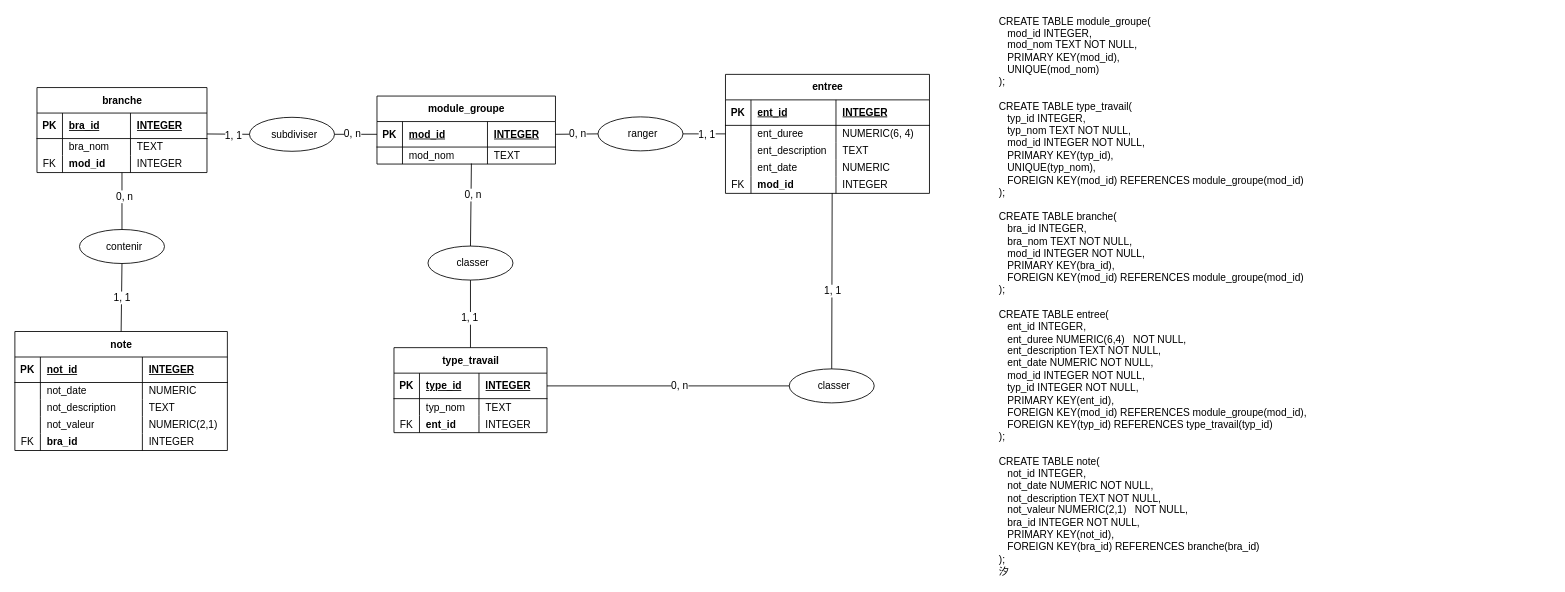
Before: page "MCD" (3 of 3) of Diagrammes/Diagrammes.drawio in Hoferlukaslh/ScholarLog, a draw.io diagram. Source tidied: cells renumbered, new cells numbered last; positions are measured from the earlier drawing's top-left corner, leaving out a move shared by most shapes. Both pictures are drawn from the tidied source at 85%, with x=0, y=0 at pixel (14, 32).
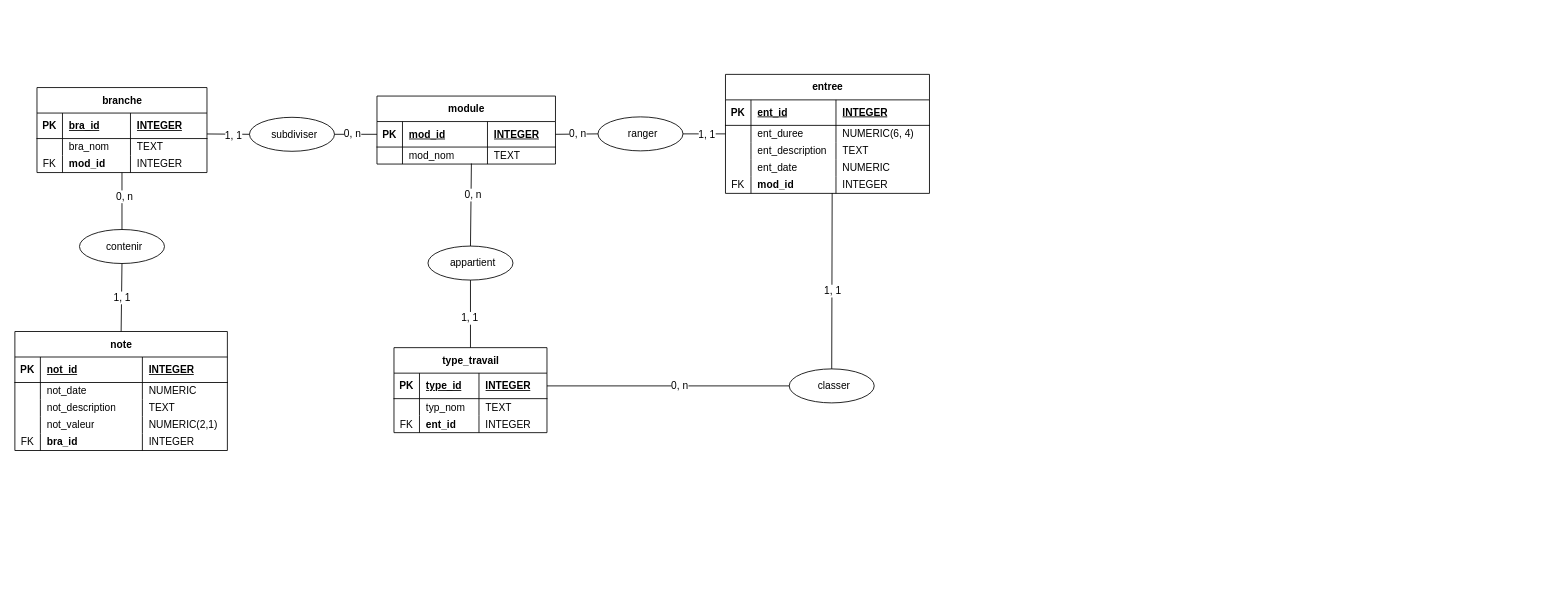
After the change.

Diff of the diagram source:
```diff
@@
-    <mxCell id="57" value="module_groupe" style="shape=table;startSize=30;childLayout=tableLayout;rowLines=0;fontStyle=1;align=center;html=1;" parent="1" vertex="1">
+    <mxCell id="57" value="module" style="shape=table;startSize=30;childLayout=tableLayout;rowLines=0;fontStyle=1;align=center;html=1;" parent="1" vertex="1">
       <mxGeometry x="426" y="74.5" width="210" height="80" as="geometry" />
     </mxCell>
@@
-    <mxCell id="99" value="&lt;div&gt;&lt;div&gt;CREATE TABLE module_groupe(&lt;/div&gt;&lt;div&gt;&amp;nbsp; &amp;nbsp;mod_id INTEGER,&lt;/div&gt;&lt;div&gt;&amp;nbsp; &amp;nbsp;mod_nom TEXT NOT NULL,&lt;/div&gt;&lt;div&gt;&amp;nbsp; &amp;nbsp;PRIMARY KEY(mod_id),&lt;/div&gt;&lt;div&gt;&amp;nbsp; &amp;nbsp;UNIQUE(mod_nom)&lt;/div&gt;&lt;div&gt;);&lt;/div&gt;&lt;div&gt;&lt;br&gt;&lt;/div&gt;&lt;div&gt;CREATE TABLE type_travail(&lt;/div&gt;&lt;div&gt;&amp;nbsp; &amp;nbsp;typ_id INTEGER,&lt;/div&gt;&lt;div&gt;&amp;nbsp; &amp;nbsp;typ_nom TEXT NOT NULL,&lt;/div&gt;&lt;div&gt;&amp;nbsp; &amp;nbsp;mod_id INTEGER NOT NULL,&lt;/div&gt;&lt;div&gt;&amp;nbsp; &amp;nbsp;PRIMARY KEY(typ_id),&lt;/div&gt;&lt;div&gt;&amp;nbsp; &amp;nbsp;UNIQUE(typ_nom),&lt;/div&gt;&lt;div&gt;&amp;nbsp; &amp;nbsp;FOREIGN KEY(mod_id) REFERENCES module_groupe(mod_id)&lt;/div&gt;&lt;div&gt;);&lt;/div&gt;&lt;div&gt;&lt;br&gt;&lt;/div&gt;&lt;div&gt;CREATE TABLE branche(&lt;/div&gt;&lt;div&gt;&amp;nbsp; &amp;nbsp;bra_id INTEGER,&lt;/div&gt;&lt;div&gt;&amp;nbsp; &amp;nbsp;bra_nom TEXT NOT NULL,&lt;/div&gt;&lt;div&gt;&amp;nbsp; &amp;nbsp;mod_id INTEGER NOT NULL,&lt;/div&gt;&lt;div&gt;&amp;nbsp; &amp;nbsp;PRIMARY KEY(bra_id),&lt;/div&gt;&lt;div&gt;&amp;nbsp; &amp;nbsp;FOREIGN KEY(mod_id) REFERENCES module_groupe(mod_id)&lt;/div&gt;&lt;div&gt;);&lt;/div&gt;&lt;div&gt;&lt;br&gt;&lt;/div&gt;&lt;div&gt;CREATE TABLE entree(&lt;/div&gt;&lt;div&gt;&amp;nbsp; &amp;nbsp;ent_id INTEGER,&lt;/div&gt;&lt;div&gt;&amp;nbsp; &amp;nbsp;ent_duree NUMERIC(6,4)&amp;nbsp; &amp;nbsp;NOT NULL,&lt;/div&gt;&lt;div&gt;&amp;nbsp; &amp;nbsp;ent_description TEXT NOT NULL,&lt;/div&gt;&lt;div&gt;&amp;nbsp; &amp;nbsp;ent_date NUMERIC NOT NULL,&lt;/div&gt;&lt;div&gt;&amp;nbsp; &amp;nbsp;mod_id INTEGER NOT NULL,&lt;/div&gt;&lt;div&gt;&amp;nbsp; &amp;nbsp;typ_id INTEGER NOT NULL,&lt;/div&gt;&lt;div&gt;&amp;nbsp; &amp;nbsp;PRIMARY KEY(ent_id),&lt;/div&gt;&lt;div&gt;&amp;nbsp; &amp;nbsp;FOREIGN KEY(mod_id) REFERENCES module_groupe(mod_id),&lt;/div&gt;&lt;div&gt;&amp;nbsp; &amp;nbsp;FOREIGN KEY(typ_id) REFERENCES type_travail(typ_id)&lt;/div&gt;&lt;div&gt;);&lt;/div&gt;&lt;div&gt;&lt;br&gt;&lt;/div&gt;&lt;div&gt;CREATE TABLE note(&lt;/div&gt;&lt;div&gt;&amp;nbsp; &amp;nbsp;not_id INTEGER,&lt;/div&gt;&lt;div&gt;&amp;nbsp; &amp;nbsp;not_date NUMERIC NOT NULL,&lt;/div&gt;&lt;div&gt;&amp;nbsp; &amp;nbsp;not_description TEXT NOT NULL,&lt;/div&gt;&lt;div&gt;&amp;nbsp; &amp;nbsp;not_valeur NUMERIC(2,1)&amp;nbsp; &amp;nbsp;NOT NULL,&lt;/div&gt;&lt;div&gt;&amp;nbsp; &amp;nbsp;bra_id INTEGER NOT NULL,&lt;/div&gt;&lt;div&gt;&amp;nbsp; &amp;nbsp;PRIMARY KEY(not_id),&lt;/div&gt;&lt;div&gt;&amp;nbsp; &amp;nbsp;FOREIGN KEY(bra_id) REFERENCES branche(bra_id)&lt;/div&gt;&lt;div&gt;);&lt;/div&gt;&lt;div&gt;汐&lt;/div&gt;&lt;/div&gt;" style="text;html=1;whiteSpace=wrap;strokeColor=none;fillColor=none;align=left;verticalAlign=middle;rounded=0;fontFamily=Helvetica;fontSize=12;fontColor=default;" parent="1" vertex="1">
-      <mxGeometry x="1156" width="650" height="620" as="geometry" />
-    </mxCell>
-    <mxCell id="100" value="classer" style="ellipse;whiteSpace=wrap;html=1;align=center;strokeColor=default;verticalAlign=middle;spacingLeft=6;fontFamily=Helvetica;fontSize=12;fontColor=default;fillColor=none;" parent="1" vertex="1">
+    <mxCell id="100" value="appartient" style="ellipse;whiteSpace=wrap;html=1;align=center;strokeColor=default;verticalAlign=middle;spacingLeft=6;fontFamily=Helvetica;fontSize=12;fontColor=default;fillColor=none;" parent="1" vertex="1">
       <mxGeometry x="486" y="251" width="100" height="40" as="geometry" />
     </mxCell>
```
